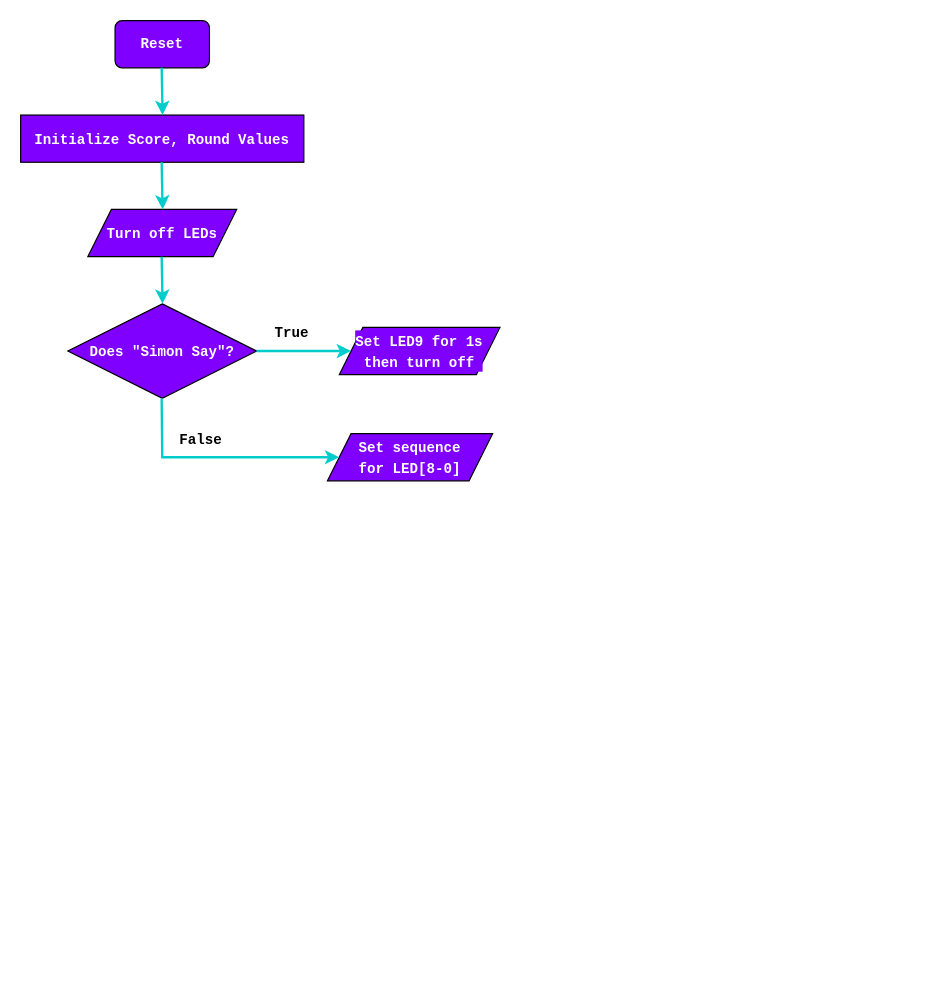
The draw.io diagram page "Page-6" (6 of 6) of CS1301/Untitled Diagram.drawio in printjoshhere/CS1301, before the edit. Source tidied: cells renumbered, new cells numbered last; positions are measured from the earlier drawing's top-left corner, leaving out a move shared by most shapes. Both pictures are drawn from the tidied source at 118%, with x=0, y=0 at pixel (20, 20).
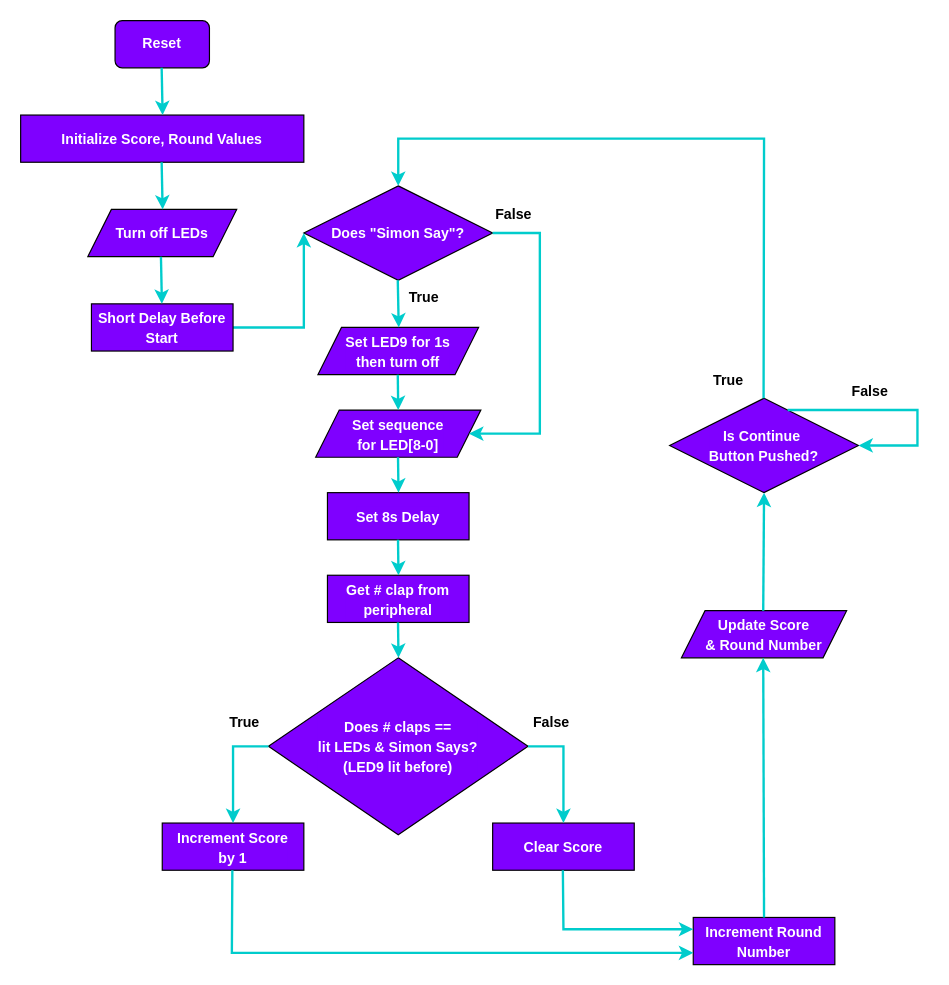
After the change.

Change to the diagram source:
```diff
@@
-    <mxCell id="2" value="&lt;font size=&quot;1&quot; color=&quot;#ffffff&quot; style=&quot;background-color: rgb(127, 0, 255);&quot; face=&quot;consolas&quot;&gt;&lt;b style=&quot;font-size: 12px;&quot;&gt;Reset&lt;/b&gt;&lt;/font&gt;" style="rounded=1;whiteSpace=wrap;html=1;fillColor=#7F00FF;" parent="1" vertex="1">
+    <mxCell id="2" value="&lt;font size=&quot;1&quot; color=&quot;#ffffff&quot; style=&quot;background-color: rgb(127, 0, 255);&quot;&gt;&lt;b style=&quot;font-size: 12px;&quot;&gt;Reset&lt;/b&gt;&lt;/font&gt;" style="rounded=1;whiteSpace=wrap;html=1;fillColor=#7F00FF;" parent="1" vertex="1">
       <mxGeometry x="80" width="80" height="40" as="geometry" />
     </mxCell>
-    <mxCell id="3" value="&lt;b&gt;&lt;font style=&quot;font-size: 12px;&quot; face=&quot;consolas&quot;&gt;Initialize Score, Round Values&lt;/font&gt;&lt;/b&gt;" style="rounded=0;whiteSpace=wrap;html=1;labelBackgroundColor=#7F00FF;fontSize=14;fontColor=#FFFFFF;fillColor=#7F00FF;" parent="1" vertex="1">
+    <mxCell id="3" value="&lt;b&gt;&lt;font style=&quot;font-size: 12px;&quot;&gt;Initialize Score, Round Values&lt;/font&gt;&lt;/b&gt;" style="rounded=0;whiteSpace=wrap;html=1;labelBackgroundColor=#7F00FF;fontSize=14;fontColor=#FFFFFF;fillColor=#7F00FF;" parent="1" vertex="1">
       <mxGeometry y="80" width="240" height="40" as="geometry" />
     </mxCell>
-    <mxCell id="4" value="&lt;font face=&quot;consolas&quot; size=&quot;1&quot;&gt;&lt;b style=&quot;font-size: 12px;&quot;&gt;Turn off LEDs&lt;br&gt;&lt;/b&gt;&lt;/font&gt;" style="shape=parallelogram;perimeter=parallelogramPerimeter;whiteSpace=wrap;html=1;fixedSize=1;labelBackgroundColor=#7F00FF;fontSize=14;fontColor=#FFFFFF;fillColor=#7F00FF;" parent="1" vertex="1">
+    <mxCell id="4" value="&lt;font size=&quot;1&quot;&gt;&lt;b style=&quot;font-size: 12px;&quot;&gt;Turn off LEDs&lt;br&gt;&lt;/b&gt;&lt;/font&gt;" style="shape=parallelogram;perimeter=parallelogramPerimeter;whiteSpace=wrap;html=1;fixedSize=1;labelBackgroundColor=#7F00FF;fontSize=14;fontColor=#FFFFFF;fillColor=#7F00FF;" parent="1" vertex="1">
       <mxGeometry x="56.9" y="160" width="126.2" height="40" as="geometry" />
     </mxCell>
@@
-    <mxCell id="7" value="&lt;font face=&quot;consolas&quot;&gt;&lt;span style=&quot;font-size: 12px;&quot;&gt;&lt;b&gt;Does &quot;Simon Say&quot;?&lt;/b&gt;&lt;/span&gt;&lt;/font&gt;" style="rhombus;whiteSpace=wrap;html=1;labelBackgroundColor=#7F00FF;fontSize=14;fontColor=#FFFFFF;fillColor=#7F00FF;" parent="1" vertex="1">
-      <mxGeometry x="40" y="240" width="160" height="80" as="geometry" />
+    <mxCell id="7" value="&lt;span style=&quot;font-size: 12px;&quot;&gt;&lt;b style=&quot;&quot;&gt;Does &quot;Simon Say&quot;?&lt;/b&gt;&lt;/span&gt;" style="rhombus;whiteSpace=wrap;html=1;labelBackgroundColor=#7F00FF;fontSize=14;fontColor=#FFFFFF;fillColor=#7F00FF;" parent="1" vertex="1">
+      <mxGeometry x="240" y="140" width="160" height="80" as="geometry" />
     </mxCell>
-    <mxCell id="8" style="endArrow=classic;html=1;rounded=0;fontSize=14;fontColor=#FFFFFF;strokeWidth=2;strokeColor=#00CCCC;startArrow=none;" parent="1" edge="1">
-      <mxGeometry relative="1" as="geometry">
-        <mxPoint x="119.5" y="200" as="sourcePoint" />
-        <mxPoint x="120.3" y="240" as="targetPoint" />
-      </mxGeometry>
-    </mxCell>
-    <mxCell id="9" value="&lt;font face=&quot;consolas&quot; color=&quot;#000000&quot;&gt;&lt;b&gt;False&lt;/b&gt;&lt;/font&gt;" style="text;html=1;strokeColor=none;fillColor=none;align=center;verticalAlign=middle;whiteSpace=wrap;rounded=0;fontSize=12;fontColor=#FFFFFF;" parent="1" vertex="1">
-      <mxGeometry x="123.1" y="340" width="60" height="30" as="geometry" />
+    <mxCell id="9" value="&lt;font color=&quot;#000000&quot;&gt;&lt;b style=&quot;&quot;&gt;False&lt;/b&gt;&lt;/font&gt;" style="text;html=1;strokeColor=none;fillColor=none;align=center;verticalAlign=middle;whiteSpace=wrap;rounded=0;fontSize=12;fontColor=#FFFFFF;" parent="1" vertex="1">
+      <mxGeometry x="388.1" y="150" width="60" height="30" as="geometry" />
     </mxCell>
-    <mxCell id="10" value="&lt;b style=&quot;--tw-translate-x:0; --tw-translate-y:0; --tw-rotate:0; --tw-skew-x:0; --tw-skew-y:0; --tw-scale-x:1; --tw-scale-y:1; --tw-pan-x: ; --tw-pan-y: ; --tw-pinch-zoom: ; --tw-scroll-snap-strictness:proximity; --tw-ordinal: ; --tw-slashed-zero: ; --tw-numeric-figure: ; --tw-numeric-spacing: ; --tw-numeric-fraction: ; --tw-ring-inset: ; --tw-ring-offset-width:0px; --tw-ring-offset-color:#fff; --tw-ring-color:rgb(59 130 246 / 0.5); --tw-ring-offset-shadow:0 0 #0000; --tw-ring-shadow:0 0 #0000; --tw-shadow:0 0 #0000; --tw-shadow-colored:0 0 #0000; --tw-blur: ; --tw-brightness: ; --tw-contrast: ; --tw-grayscale: ; --tw-hue-rotate: ; --tw-invert: ; --tw-saturate: ; --tw-sepia: ; --tw-drop-shadow: ; --tw-backdrop-blur: ; --tw-backdrop-brightness: ; --tw-backdrop-contrast: ; --tw-backdrop-grayscale: ; --tw-backdrop-hue-rotate: ; --tw-backdrop-invert: ; --tw-backdrop-opacity: ; --tw-backdrop-saturate: ; --tw-backdrop-sepia: ; border-color: var(--border-color); color: rgb(0, 0, 0); font-family: consolas;&quot;&gt;True&lt;/b&gt;" style="text;html=1;strokeColor=none;fillColor=none;align=center;verticalAlign=middle;whiteSpace=wrap;rounded=0;fontSize=12;fontColor=#FFFFFF;" parent="1" vertex="1">
-      <mxGeometry x="200" y="250" width="60" height="30" as="geometry" />
+    <mxCell id="10" value="&lt;b style=&quot;--tw-translate-x:0; --tw-translate-y:0; --tw-rotate:0; --tw-skew-x:0; --tw-skew-y:0; --tw-scale-x:1; --tw-scale-y:1; --tw-pan-x: ; --tw-pan-y: ; --tw-pinch-zoom: ; --tw-scroll-snap-strictness:proximity; --tw-ordinal: ; --tw-slashed-zero: ; --tw-numeric-figure: ; --tw-numeric-spacing: ; --tw-numeric-fraction: ; --tw-ring-inset: ; --tw-ring-offset-width:0px; --tw-ring-offset-color:#fff; --tw-ring-color:rgb(59 130 246 / 0.5); --tw-ring-offset-shadow:0 0 #0000; --tw-ring-shadow:0 0 #0000; --tw-shadow:0 0 #0000; --tw-shadow-colored:0 0 #0000; --tw-blur: ; --tw-brightness: ; --tw-contrast: ; --tw-grayscale: ; --tw-hue-rotate: ; --tw-invert: ; --tw-saturate: ; --tw-sepia: ; --tw-drop-shadow: ; --tw-backdrop-blur: ; --tw-backdrop-brightness: ; --tw-backdrop-contrast: ; --tw-backdrop-grayscale: ; --tw-backdrop-hue-rotate: ; --tw-backdrop-invert: ; --tw-backdrop-opacity: ; --tw-backdrop-saturate: ; --tw-backdrop-sepia: ; border-color: var(--border-color); color: rgb(0, 0, 0);&quot;&gt;True&lt;/b&gt;" style="text;html=1;strokeColor=none;fillColor=none;align=center;verticalAlign=middle;whiteSpace=wrap;rounded=0;fontSize=12;fontColor=#FFFFFF;" parent="1" vertex="1">
+      <mxGeometry x="311.9" y="220" width="60" height="30" as="geometry" />
     </mxCell>
-    <mxCell id="11" value="&lt;font face=&quot;consolas&quot; size=&quot;1&quot;&gt;&lt;b style=&quot;font-size: 12px;&quot;&gt;Set LED9 for 1s&lt;br&gt;then turn off&lt;br&gt;&lt;/b&gt;&lt;/font&gt;" style="shape=parallelogram;perimeter=parallelogramPerimeter;whiteSpace=wrap;html=1;fixedSize=1;labelBackgroundColor=#7F00FF;fontSize=14;fontColor=#FFFFFF;fillColor=#7F00FF;" parent="1" vertex="1">
-      <mxGeometry x="270" y="260" width="136.2" height="40" as="geometry" />
+    <mxCell id="11" value="&lt;font size=&quot;1&quot;&gt;&lt;b style=&quot;font-size: 12px;&quot;&gt;Set LED9 for 1s&lt;br&gt;then turn off&lt;br&gt;&lt;/b&gt;&lt;/font&gt;" style="shape=parallelogram;perimeter=parallelogramPerimeter;whiteSpace=wrap;html=1;fixedSize=1;labelBackgroundColor=#7F00FF;fontSize=14;fontColor=#FFFFFF;fillColor=#7F00FF;" parent="1" vertex="1">
+      <mxGeometry x="251.9" y="260" width="136.2" height="40" as="geometry" />
     </mxCell>
-    <mxCell id="12" style="endArrow=classic;html=1;rounded=0;fontSize=14;fontColor=#FFFFFF;strokeWidth=2;strokeColor=#00CCCC;startArrow=none;entryX=0;entryY=0.5;entryDx=0;entryDy=0;" parent="1" edge="1" target="11">
-      <mxGeometry relative="1" as="geometry">
-        <mxPoint x="200" y="280" as="sourcePoint" />
-      </mxGeometry>
-    </mxCell>
-    <mxCell id="13" value="&lt;font face=&quot;consolas&quot; size=&quot;1&quot;&gt;&lt;b style=&quot;font-size: 12px;&quot;&gt;Set sequence &lt;br&gt;for LED[8-0]&lt;br&gt;&lt;/b&gt;&lt;/font&gt;" style="shape=parallelogram;perimeter=parallelogramPerimeter;whiteSpace=wrap;html=1;fixedSize=1;labelBackgroundColor=#7F00FF;fontSize=14;fontColor=#FFFFFF;fillColor=#7F00FF;" parent="1" vertex="1">
-      <mxGeometry x="260" y="350" width="140" height="40" as="geometry" />
+    <mxCell id="13" value="&lt;font size=&quot;1&quot;&gt;&lt;b style=&quot;font-size: 12px;&quot;&gt;Set sequence &lt;br&gt;for LED[8-0]&lt;br&gt;&lt;/b&gt;&lt;/font&gt;" style="shape=parallelogram;perimeter=parallelogramPerimeter;whiteSpace=wrap;html=1;fixedSize=1;labelBackgroundColor=#7F00FF;fontSize=14;fontColor=#FFFFFF;fillColor=#7F00FF;" parent="1" vertex="1">
+      <mxGeometry x="250" y="330" width="140" height="40" as="geometry" />
     </mxCell>
-    <mxCell id="14" style="endArrow=classic;html=1;rounded=0;fontSize=14;fontColor=#FFFFFF;strokeWidth=2;strokeColor=#00CCCC;startArrow=none;entryX=0;entryY=0.5;entryDx=0;entryDy=0;" parent="1" edge="1" target="13">
+    <mxCell id="14" style="endArrow=classic;html=1;rounded=0;fontSize=14;fontColor=#FFFFFF;strokeWidth=2;strokeColor=#00CCCC;startArrow=none;entryX=1;entryY=0.5;entryDx=0;entryDy=0;exitX=1;exitY=0.5;exitDx=0;exitDy=0;" parent="1" edge="1" source="7" target="13">
       <mxGeometry relative="1" as="geometry">
-        <mxPoint x="119.5" y="320" as="sourcePoint" />
         <Array as="points">
-          <mxPoint x="120" y="370" />
+          <mxPoint x="440" y="180" />
+          <mxPoint x="440" y="350" />
         </Array>
       </mxGeometry>
     </mxCell>
+    <mxCell id="15" value="&lt;span style=&quot;font-size: 12px;&quot;&gt;&lt;b style=&quot;&quot;&gt;Does # claps == &lt;br&gt;lit LEDs &amp;amp; Simon Says?&lt;br&gt;(LED9 lit before)&lt;br&gt;&lt;/b&gt;&lt;/span&gt;" style="rhombus;whiteSpace=wrap;html=1;labelBackgroundColor=#7F00FF;fontSize=14;fontColor=#FFFFFF;fillColor=#7F00FF;" parent="1" vertex="1">
+      <mxGeometry x="210" y="540" width="220" height="150" as="geometry" />
+    </mxCell>
+    <mxCell id="16" style="endArrow=classic;html=1;rounded=0;fontSize=14;fontColor=#FFFFFF;strokeWidth=2;strokeColor=#00CCCC;startArrow=none;" parent="1" edge="1">
+      <mxGeometry relative="1" as="geometry">
+        <mxPoint x="319.6" y="300" as="sourcePoint" />
+        <mxPoint x="320" y="330" as="targetPoint" />
+      </mxGeometry>
+    </mxCell>
+    <mxCell id="17" value="&lt;b&gt;&lt;font style=&quot;font-size: 12px;&quot;&gt;Set 8s Delay&lt;/font&gt;&lt;/b&gt;" style="rounded=0;whiteSpace=wrap;html=1;labelBackgroundColor=#7F00FF;fontSize=14;fontColor=#FFFFFF;fillColor=#7F00FF;" parent="1" vertex="1">
+      <mxGeometry x="260" y="400" width="120" height="40" as="geometry" />
+    </mxCell>
+    <mxCell id="18" value="&lt;b&gt;&lt;font style=&quot;font-size: 12px;&quot;&gt;Get # clap from&lt;br&gt;peripheral&lt;br&gt;&lt;/font&gt;&lt;/b&gt;" style="rounded=0;whiteSpace=wrap;html=1;labelBackgroundColor=#7F00FF;fontSize=14;fontColor=#FFFFFF;fillColor=#7F00FF;" parent="1" vertex="1">
+      <mxGeometry x="260" y="470" width="120" height="40" as="geometry" />
+    </mxCell>
+    <mxCell id="19" value="&lt;b&gt;&lt;font style=&quot;font-size: 12px;&quot;&gt;Increment Score&lt;br&gt;by 1&lt;br&gt;&lt;/font&gt;&lt;/b&gt;" style="rounded=0;whiteSpace=wrap;html=1;labelBackgroundColor=#7F00FF;fontSize=14;fontColor=#FFFFFF;fillColor=#7F00FF;" parent="1" vertex="1">
+      <mxGeometry x="120" y="680" width="120" height="40" as="geometry" />
+    </mxCell>
+    <mxCell id="20" value="&lt;b&gt;&lt;font style=&quot;font-size: 12px;&quot;&gt;Clear Score&lt;br&gt;&lt;/font&gt;&lt;/b&gt;" style="rounded=0;whiteSpace=wrap;html=1;labelBackgroundColor=#7F00FF;fontSize=14;fontColor=#FFFFFF;fillColor=#7F00FF;" parent="1" vertex="1">
+      <mxGeometry x="400" y="680" width="120" height="40" as="geometry" />
+    </mxCell>
+    <mxCell id="21" style="endArrow=classic;html=1;rounded=0;fontSize=14;fontColor=#FFFFFF;strokeWidth=2;strokeColor=#00CCCC;startArrow=none;" parent="1" edge="1">
+      <mxGeometry relative="1" as="geometry">
+        <mxPoint x="319.6" y="220" as="sourcePoint" />
+        <mxPoint x="320.4" y="260" as="targetPoint" />
+      </mxGeometry>
+    </mxCell>
+    <mxCell id="22" style="endArrow=classic;html=1;rounded=0;fontSize=14;fontColor=#FFFFFF;strokeWidth=2;strokeColor=#00CCCC;startArrow=none;exitX=1;exitY=0.5;exitDx=0;exitDy=0;" parent="1" edge="1" source="38">
+      <mxGeometry relative="1" as="geometry">
+        <mxPoint x="240" y="180" as="targetPoint" />
+        <Array as="points">
+          <mxPoint x="240" y="260" />
+        </Array>
+      </mxGeometry>
+    </mxCell>
+    <mxCell id="23" value="&lt;b&gt;&lt;font style=&quot;font-size: 12px;&quot;&gt;Increment Round&lt;br&gt;Number&lt;br&gt;&lt;/font&gt;&lt;/b&gt;" style="rounded=0;whiteSpace=wrap;html=1;labelBackgroundColor=#7F00FF;fontSize=14;fontColor=#FFFFFF;fillColor=#7F00FF;" parent="1" vertex="1">
+      <mxGeometry x="570" y="760" width="120" height="40" as="geometry" />
+    </mxCell>
+    <mxCell id="24" value="&lt;font size=&quot;1&quot;&gt;&lt;b style=&quot;font-size: 12px;&quot;&gt;Update Score&lt;br&gt;&amp;amp; Round Number&lt;br&gt;&lt;/b&gt;&lt;/font&gt;" style="shape=parallelogram;perimeter=parallelogramPerimeter;whiteSpace=wrap;html=1;fixedSize=1;labelBackgroundColor=#7F00FF;fontSize=14;fontColor=#FFFFFF;fillColor=#7F00FF;" parent="1" vertex="1">
+      <mxGeometry x="560" y="500" width="140" height="40" as="geometry" />
+    </mxCell>
+    <mxCell id="25" value="&lt;span style=&quot;font-size: 12px;&quot;&gt;&lt;b style=&quot;&quot;&gt;Is Continue&amp;nbsp;&lt;br&gt;Button Pushed?&lt;br&gt;&lt;/b&gt;&lt;/span&gt;" style="rhombus;whiteSpace=wrap;html=1;labelBackgroundColor=#7F00FF;fontSize=14;fontColor=#FFFFFF;fillColor=#7F00FF;" parent="1" vertex="1">
+      <mxGeometry x="550" y="320" width="160" height="80" as="geometry" />
+    </mxCell>
+    <mxCell id="26" style="endArrow=classic;html=1;rounded=0;fontSize=14;fontColor=#FFFFFF;strokeWidth=2;strokeColor=#00CCCC;startArrow=none;exitX=1;exitY=0.5;exitDx=0;exitDy=0;entryX=0.5;entryY=0;entryDx=0;entryDy=0;" parent="1" edge="1" source="15" target="20">
+      <mxGeometry relative="1" as="geometry">
+        <Array as="points">
+          <mxPoint x="460" y="615" />
+        </Array>
+      </mxGeometry>
+    </mxCell>
+    <mxCell id="27" style="endArrow=classic;html=1;rounded=0;fontSize=14;fontColor=#FFFFFF;strokeWidth=2;strokeColor=#00CCCC;startArrow=none;exitX=0;exitY=0.5;exitDx=0;exitDy=0;entryX=0.5;entryY=0;entryDx=0;entryDy=0;" parent="1" edge="1" source="15" target="19">
+      <mxGeometry relative="1" as="geometry">
+        <Array as="points">
+          <mxPoint x="180" y="615" />
+        </Array>
+      </mxGeometry>
+    </mxCell>
+    <mxCell id="28" style="endArrow=classic;html=1;rounded=0;fontSize=14;fontColor=#FFFFFF;strokeWidth=2;strokeColor=#00CCCC;startArrow=none;entryX=0;entryY=0.25;entryDx=0;entryDy=0;" parent="1" edge="1" target="23">
+      <mxGeometry relative="1" as="geometry">
+        <mxPoint x="459.5" y="720" as="sourcePoint" />
+        <Array as="points">
+          <mxPoint x="460" y="770" />
+        </Array>
+      </mxGeometry>
+    </mxCell>
+    <mxCell id="29" value="&lt;font color=&quot;#000000&quot;&gt;&lt;b style=&quot;&quot;&gt;False&lt;/b&gt;&lt;/font&gt;" style="text;html=1;strokeColor=none;fillColor=none;align=center;verticalAlign=middle;whiteSpace=wrap;rounded=0;fontSize=12;fontColor=#FFFFFF;" parent="1" vertex="1">
+      <mxGeometry x="420" y="580" width="60" height="30" as="geometry" />
+    </mxCell>
+    <mxCell id="30" value="&lt;b style=&quot;--tw-translate-x:0; --tw-translate-y:0; --tw-rotate:0; --tw-skew-x:0; --tw-skew-y:0; --tw-scale-x:1; --tw-scale-y:1; --tw-pan-x: ; --tw-pan-y: ; --tw-pinch-zoom: ; --tw-scroll-snap-strictness:proximity; --tw-ordinal: ; --tw-slashed-zero: ; --tw-numeric-figure: ; --tw-numeric-spacing: ; --tw-numeric-fraction: ; --tw-ring-inset: ; --tw-ring-offset-width:0px; --tw-ring-offset-color:#fff; --tw-ring-color:rgb(59 130 246 / 0.5); --tw-ring-offset-shadow:0 0 #0000; --tw-ring-shadow:0 0 #0000; --tw-shadow:0 0 #0000; --tw-shadow-colored:0 0 #0000; --tw-blur: ; --tw-brightness: ; --tw-contrast: ; --tw-grayscale: ; --tw-hue-rotate: ; --tw-invert: ; --tw-saturate: ; --tw-sepia: ; --tw-drop-shadow: ; --tw-backdrop-blur: ; --tw-backdrop-brightness: ; --tw-backdrop-contrast: ; --tw-backdrop-grayscale: ; --tw-backdrop-hue-rotate: ; --tw-backdrop-invert: ; --tw-backdrop-opacity: ; --tw-backdrop-saturate: ; --tw-backdrop-sepia: ; border-color: var(--border-color); color: rgb(0, 0, 0);&quot;&gt;True&lt;/b&gt;" style="text;html=1;strokeColor=none;fillColor=none;align=center;verticalAlign=middle;whiteSpace=wrap;rounded=0;fontSize=12;fontColor=#FFFFFF;" parent="1" vertex="1">
+      <mxGeometry x="160" y="580" width="60" height="30" as="geometry" />
+    </mxCell>
+    <mxCell id="31" style="endArrow=classic;html=1;rounded=0;fontSize=14;fontColor=#FFFFFF;strokeWidth=2;strokeColor=#00CCCC;startArrow=none;entryX=0;entryY=0.75;entryDx=0;entryDy=0;" parent="1" edge="1" target="23">
+      <mxGeometry relative="1" as="geometry">
+        <mxPoint x="179.4" y="720" as="sourcePoint" />
+        <Array as="points">
+          <mxPoint x="179" y="790" />
+        </Array>
+      </mxGeometry>
+    </mxCell>
+    <mxCell id="32" style="endArrow=classic;html=1;rounded=0;fontSize=14;fontColor=#FFFFFF;strokeWidth=2;strokeColor=#00CCCC;startArrow=none;entryX=0.5;entryY=1;entryDx=0;entryDy=0;exitX=0.5;exitY=0;exitDx=0;exitDy=0;" parent="1" edge="1" source="23">
+      <mxGeometry relative="1" as="geometry">
+        <mxPoint x="629.3" y="540" as="targetPoint" />
+      </mxGeometry>
+    </mxCell>
+    <mxCell id="33" style="endArrow=classic;html=1;rounded=0;fontSize=14;fontColor=#FFFFFF;strokeWidth=2;strokeColor=#00CCCC;startArrow=none;entryX=0.5;entryY=1;entryDx=0;entryDy=0;" parent="1" edge="1" target="25">
+      <mxGeometry relative="1" as="geometry">
+        <mxPoint x="629.3" y="500" as="sourcePoint" />
+      </mxGeometry>
+    </mxCell>
+    <mxCell id="34" style="endArrow=classic;html=1;rounded=0;fontSize=14;fontColor=#FFFFFF;strokeWidth=2;strokeColor=#00CCCC;startArrow=none;entryX=1;entryY=0.5;entryDx=0;entryDy=0;" parent="1" edge="1" target="25">
+      <mxGeometry relative="1" as="geometry">
+        <mxPoint x="650" y="330" as="sourcePoint" />
+        <Array as="points">
+          <mxPoint x="760" y="330" />
+          <mxPoint x="760" y="360" />
+        </Array>
+      </mxGeometry>
+    </mxCell>
+    <mxCell id="35" value="&lt;font color=&quot;#000000&quot;&gt;&lt;b style=&quot;&quot;&gt;False&lt;/b&gt;&lt;/font&gt;" style="text;html=1;strokeColor=none;fillColor=none;align=center;verticalAlign=middle;whiteSpace=wrap;rounded=0;fontSize=12;fontColor=#FFFFFF;" parent="1" vertex="1">
+      <mxGeometry x="690" y="300" width="60" height="30" as="geometry" />
+    </mxCell>
+    <mxCell id="36" style="endArrow=classic;html=1;rounded=0;fontSize=14;fontColor=#FFFFFF;strokeWidth=2;strokeColor=#00CCCC;startArrow=none;entryX=0.5;entryY=0;entryDx=0;entryDy=0;" parent="1" edge="1" target="7">
+      <mxGeometry relative="1" as="geometry">
+        <mxPoint x="629.6" y="320" as="sourcePoint" />
+        <Array as="points">
+          <mxPoint x="630" y="100" />
+          <mxPoint x="320" y="100" />
+        </Array>
+      </mxGeometry>
+    </mxCell>
+    <mxCell id="37" value="&lt;b style=&quot;--tw-translate-x:0; --tw-translate-y:0; --tw-rotate:0; --tw-skew-x:0; --tw-skew-y:0; --tw-scale-x:1; --tw-scale-y:1; --tw-pan-x: ; --tw-pan-y: ; --tw-pinch-zoom: ; --tw-scroll-snap-strictness:proximity; --tw-ordinal: ; --tw-slashed-zero: ; --tw-numeric-figure: ; --tw-numeric-spacing: ; --tw-numeric-fraction: ; --tw-ring-inset: ; --tw-ring-offset-width:0px; --tw-ring-offset-color:#fff; --tw-ring-color:rgb(59 130 246 / 0.5); --tw-ring-offset-shadow:0 0 #0000; --tw-ring-shadow:0 0 #0000; --tw-shadow:0 0 #0000; --tw-shadow-colored:0 0 #0000; --tw-blur: ; --tw-brightness: ; --tw-contrast: ; --tw-grayscale: ; --tw-hue-rotate: ; --tw-invert: ; --tw-saturate: ; --tw-sepia: ; --tw-drop-shadow: ; --tw-backdrop-blur: ; --tw-backdrop-brightness: ; --tw-backdrop-contrast: ; --tw-backdrop-grayscale: ; --tw-backdrop-hue-rotate: ; --tw-backdrop-invert: ; --tw-backdrop-opacity: ; --tw-backdrop-saturate: ; --tw-backdrop-sepia: ; border-color: var(--border-color); color: rgb(0, 0, 0);&quot;&gt;True&lt;/b&gt;" style="text;html=1;strokeColor=none;fillColor=none;align=center;verticalAlign=middle;whiteSpace=wrap;rounded=0;fontSize=12;fontColor=#FFFFFF;" parent="1" vertex="1">
+      <mxGeometry x="570" y="290" width="60" height="30" as="geometry" />
+    </mxCell>
+    <mxCell id="38" value="&lt;b&gt;&lt;font style=&quot;font-size: 12px;&quot;&gt;Short Delay Before Start&lt;/font&gt;&lt;/b&gt;" style="rounded=0;whiteSpace=wrap;html=1;labelBackgroundColor=#7F00FF;fontSize=14;fontColor=#FFFFFF;fillColor=#7F00FF;" parent="1" vertex="1">
+      <mxGeometry x="60" y="240" width="120" height="40" as="geometry" />
+    </mxCell>
+    <mxCell id="39" style="endArrow=classic;html=1;rounded=0;fontSize=14;fontColor=#FFFFFF;strokeWidth=2;strokeColor=#00CCCC;startArrow=none;" parent="1" edge="1">
+      <mxGeometry relative="1" as="geometry">
+        <mxPoint x="118.9" y="200" as="sourcePoint" />
+        <mxPoint x="119.7" y="240" as="targetPoint" />
+      </mxGeometry>
+    </mxCell>
+    <mxCell id="40" style="endArrow=classic;html=1;rounded=0;fontSize=14;fontColor=#FFFFFF;strokeWidth=2;strokeColor=#00CCCC;startArrow=none;" parent="1" edge="1">
+      <mxGeometry relative="1" as="geometry">
+        <mxPoint x="319.8" y="370" as="sourcePoint" />
+        <mxPoint x="320.2" y="400" as="targetPoint" />
+      </mxGeometry>
+    </mxCell>
+    <mxCell id="41" style="endArrow=classic;html=1;rounded=0;fontSize=14;fontColor=#FFFFFF;strokeWidth=2;strokeColor=#00CCCC;startArrow=none;" parent="1" edge="1">
+      <mxGeometry relative="1" as="geometry">
+        <mxPoint x="319.8" y="440" as="sourcePoint" />
+        <mxPoint x="320.2" y="470" as="targetPoint" />
+      </mxGeometry>
+    </mxCell>
+    <mxCell id="42" style="endArrow=classic;html=1;rounded=0;fontSize=14;fontColor=#FFFFFF;strokeWidth=2;strokeColor=#00CCCC;startArrow=none;" parent="1" edge="1">
+      <mxGeometry relative="1" as="geometry">
+        <mxPoint x="319.8" y="510" as="sourcePoint" />
+        <mxPoint x="320.2" y="540" as="targetPoint" />
+      </mxGeometry>
+    </mxCell>
```
